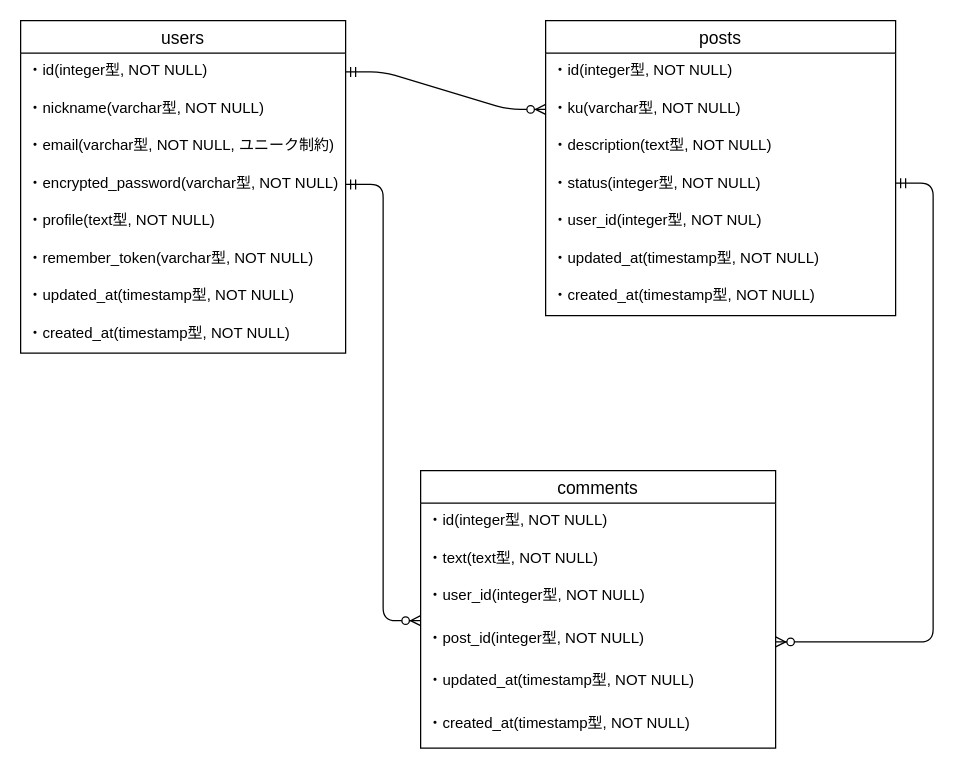
Before: haiker575.dio in hiddy0329/haiker575, a draw.io diagram. Source tidied: cells renumbered, new cells numbered last; positions are measured from the earlier drawing's top-left corner, leaving out a move shared by most shapes. Both pictures are drawn from the tidied source at 125%, with x=0, y=0 at pixel (20, 20).
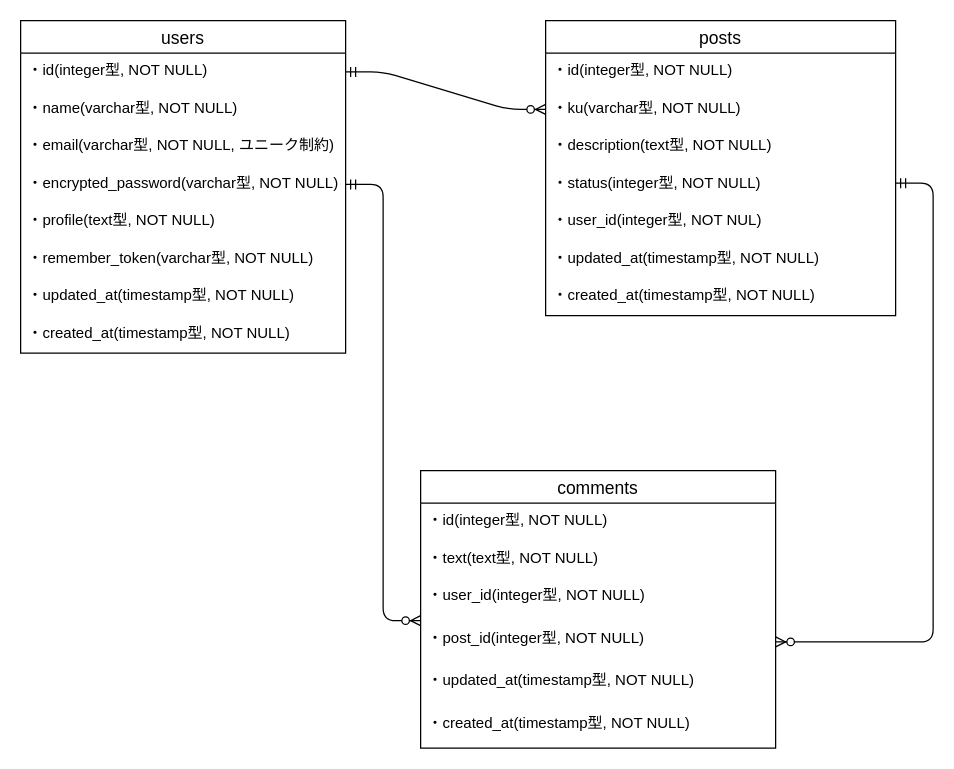
After the change.

Unchanged cells that the change refers to:
```xml
<mxCell id="2" value="users" style="swimlane;fontStyle=0;horizontal=1;startSize=26;align=center;fontSize=14;" parent="1" vertex="1">
  <mxGeometry width="260" height="266" as="geometry" />
</mxCell>
```

What changed in the source:
```diff
@@
-    <mxCell id="4" value="・nickname(varchar型, NOT NULL)" style="text;strokeColor=none;fillColor=none;spacingLeft=4;spacingRight=4;overflow=hidden;fontSize=12;" parent="2" vertex="1">
+    <mxCell id="4" value="・name(varchar型, NOT NULL)" style="text;strokeColor=none;fillColor=none;spacingLeft=4;spacingRight=4;overflow=hidden;fontSize=12;" parent="2" vertex="1">
       <mxGeometry y="56" width="260" height="30" as="geometry" />
     </mxCell>
```
